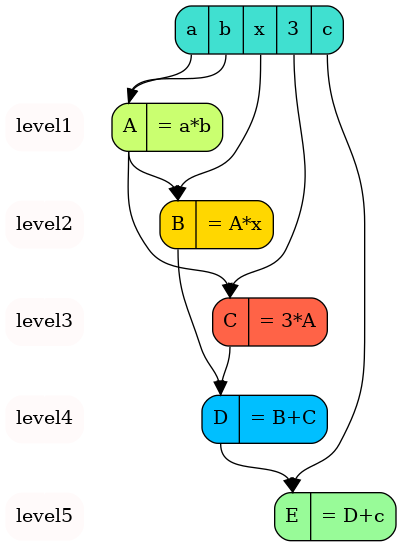
Above: graph.gv.png in Lianaburko/accelerator (Graphviz), before the change. Its source is kept beside it as graph.gv.
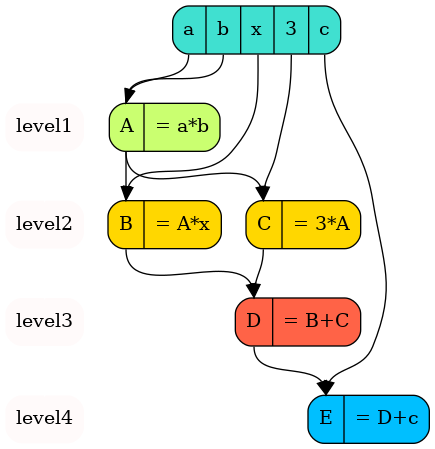
After the commit.

Change to the diagram source:
```diff
@@ -3,19 +3,18 @@
 {
 node[shape=plaintext, fillcolor=snow];
 edge[color=white];
-level1->level2->level3->level4->level5;
+level1->level2->level3->level4;
 }
 fun [label="<f0> a|<f1> b|<f2> x|<f3> 3|<f4> c", fillcolor=turquoise];
 struct0 [label="<f0> A|<f1> = a*b", fillcolor=darkolivegreen1];
 {rank = same; level1;  struct0;}
 struct1 [label="<f0> B|<f1> = A*x", fillcolor=gold];
-{rank = same; level2;  struct1;}
-struct2 [label="<f0> C|<f1> = 3*A", fillcolor=tomato];
-{rank = same; level3;  struct2;}
-struct3 [label="<f0> D|<f1> = B+C", fillcolor=deepskyblue];
-{rank = same; level4;  struct3;}
-struct4 [label="<f0> E|<f1> = D+c", fillcolor=palegreen];
-{rank = same; level5;  struct4;}
+struct2 [label="<f0> C|<f1> = 3*A", fillcolor=gold];
+{rank = same; level2;  struct1; struct2;}
+struct3 [label="<f0> D|<f1> = B+C", fillcolor=tomato];
+{rank = same; level3;  struct3;}
+struct4 [label="<f0> E|<f1> = D+c", fillcolor=deepskyblue];
+{rank = same; level4;  struct4;}
 fun:f0->struct0:f0;
 fun:f1->struct0:f0;
 struct0:f0->struct1:f0;
```
